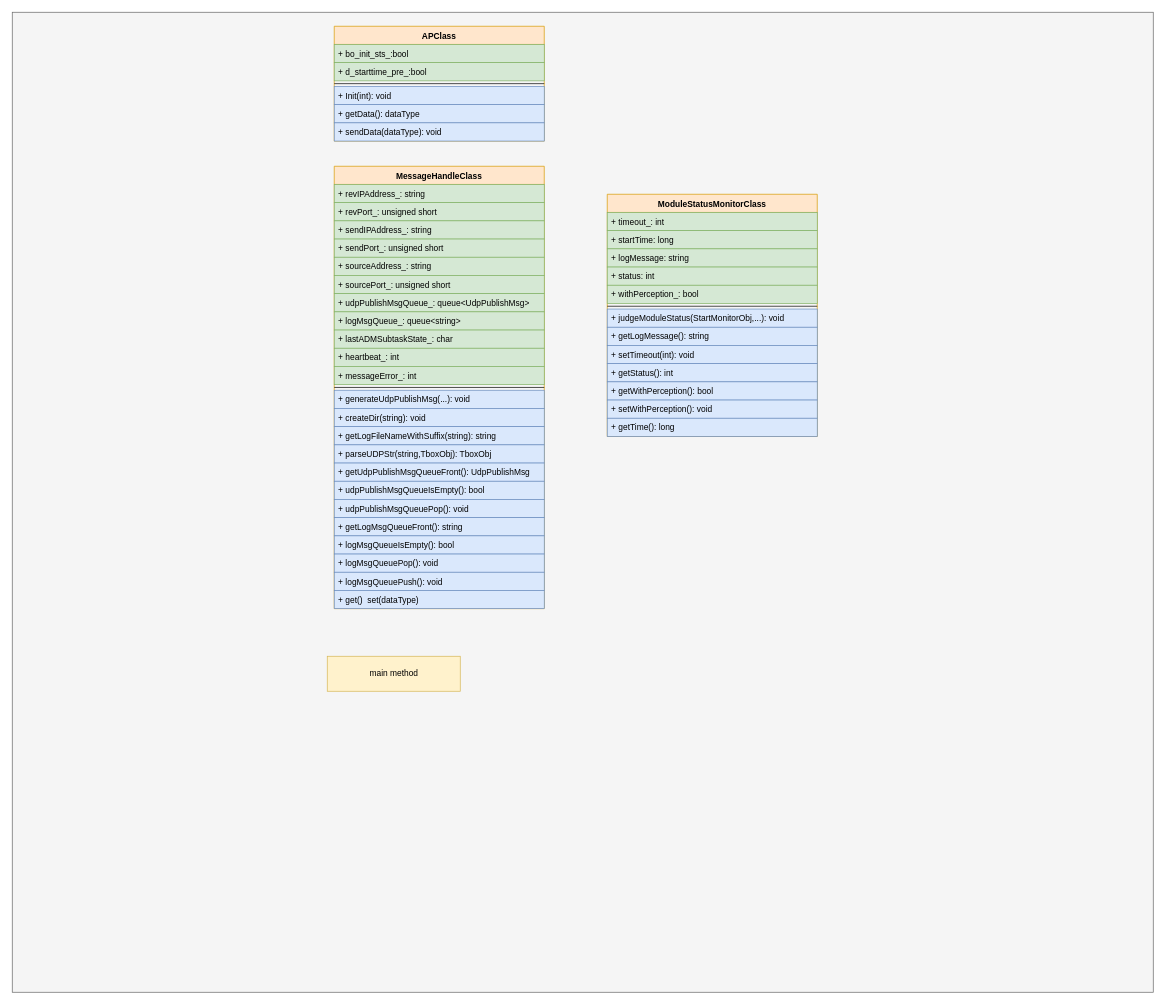
This is 未命名绘图.drawio from xiaoleli/diagrams, a draw.io file, before an edit. Source tidied: cells renumbered, new cells numbered last; positions are measured from the earlier drawing's top-left corner, leaving out a move shared by most shapes. Both pictures are drawn from the tidied source at 70%, with x=0, y=0 at pixel (12, 12).
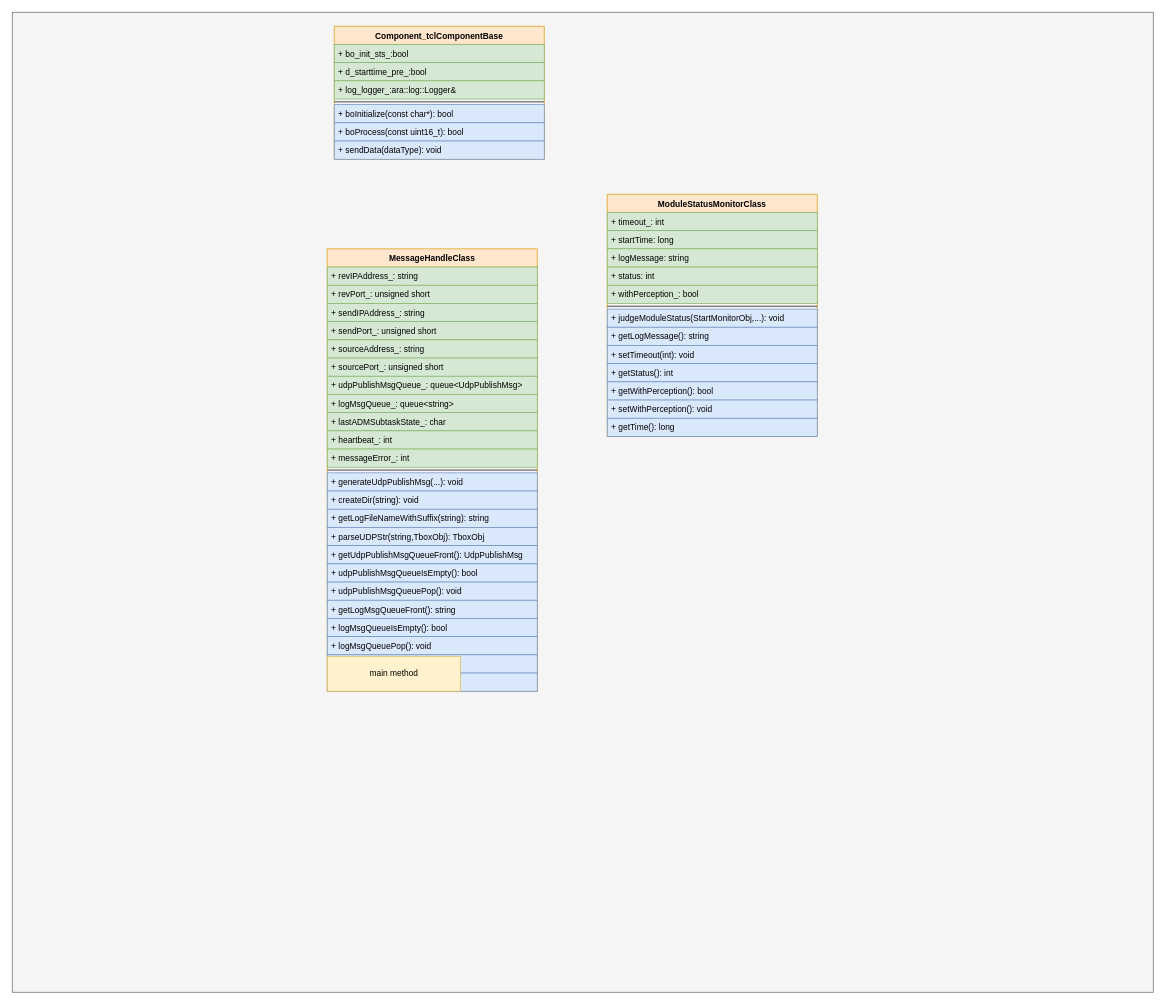
After the change.

Commit message:
更新未命名绘图.drawio

The edit, as a diff of the source:
```diff
@@
-    <mxCell id="3" value="APClass" style="swimlane;fontStyle=1;align=center;verticalAlign=top;horizontal=1;startSize=26;fillColor=#ffe6cc;strokeColor=#d79b00;" parent="1" vertex="1">
-      <mxGeometry x="460" y="20" width="300" height="164" as="geometry" />
+    <mxCell id="3" value="Component_tclComponentBase" style="swimlane;fontStyle=1;align=center;verticalAlign=top;horizontal=1;startSize=26;fillColor=#ffe6cc;strokeColor=#d79b00;" parent="1" vertex="1">
+      <mxGeometry x="460" y="20" width="300" height="190" as="geometry" />
     </mxCell>
@@
+    <mxCell id="50" value="+ log_logger_:ara::log::Logger&amp;" style="text;strokeColor=#82b366;fillColor=#d5e8d4;align=left;verticalAlign=top;spacingLeft=4;spacingRight=4;overflow=hidden;" parent="3" vertex="1">
+      <mxGeometry y="78" width="300" height="26" as="geometry" />
+    </mxCell>
     <mxCell id="6" style="line;strokeWidth=1;fillColor=none;align=left;verticalAlign=middle;spacingTop=-1;spacingLeft=3;spacingRight=3;labelPosition=right;" parent="3" vertex="1">
-      <mxGeometry y="78" width="300" height="8" as="geometry" />
+      <mxGeometry y="104" width="300" height="8" as="geometry" />
     </mxCell>
-    <mxCell id="7" value="+ Init(int): void" style="text;strokeColor=#6c8ebf;fillColor=#dae8fc;align=left;verticalAlign=top;spacingLeft=4;spacingRight=4;overflow=hidden;" parent="3" vertex="1">
-      <mxGeometry y="86" width="300" height="26" as="geometry" />
+    <mxCell id="7" value="+ boInitialize(const char*): bool" style="text;strokeColor=#6c8ebf;fillColor=#dae8fc;align=left;verticalAlign=top;spacingLeft=4;spacingRight=4;overflow=hidden;" parent="3" vertex="1">
+      <mxGeometry y="112" width="300" height="26" as="geometry" />
     </mxCell>
-    <mxCell id="8" value="+ getData(): dataType" style="text;strokeColor=#6c8ebf;fillColor=#dae8fc;align=left;verticalAlign=top;spacingLeft=4;spacingRight=4;overflow=hidden;" parent="3" vertex="1">
-      <mxGeometry y="112" width="300" height="26" as="geometry" />
+    <mxCell id="8" value="+ boProcess(const uint16_t): bool" style="text;strokeColor=#6c8ebf;fillColor=#dae8fc;align=left;verticalAlign=top;spacingLeft=4;spacingRight=4;overflow=hidden;" parent="3" vertex="1">
+      <mxGeometry y="138" width="300" height="26" as="geometry" />
     </mxCell>
     <mxCell id="9" value="+ sendData(dataType): void" style="text;strokeColor=#6c8ebf;fillColor=#dae8fc;align=left;verticalAlign=top;spacingLeft=4;spacingRight=4;overflow=hidden;" parent="3" vertex="1">
-      <mxGeometry y="138" width="300" height="26" as="geometry" />
+      <mxGeometry y="164" width="300" height="26" as="geometry" />
     </mxCell>
     <mxCell id="10" value="MessageHandleClass" style="swimlane;fontStyle=1;align=center;verticalAlign=top;horizontal=1;startSize=26;fillColor=#ffe6cc;strokeColor=#d79b00;" parent="1" vertex="1">
-      <mxGeometry x="460" y="220" width="300" height="632" as="geometry" />
+      <mxGeometry x="450" y="338" width="300" height="632" as="geometry" />
     </mxCell>
```
